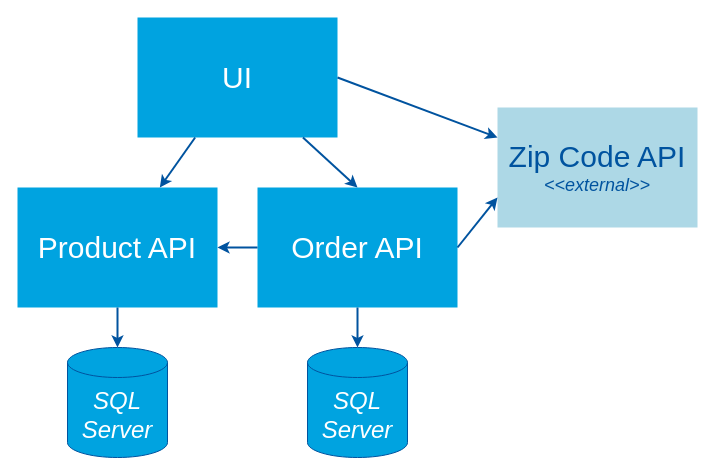
This is page "ui-tests-scope" (2 of 7) of static/images/where-to-position-specflow-in-the-test-pyramid/diagrams.drawio from ronaldbosma/blog, a draw.io file, before an edit. Source tidied: cells renumbered, new cells numbered last; positions are measured from the earlier drawing's top-left corner, leaving out a move shared by most shapes. Both pictures are drawn from the tidied source at 100%, with x=0, y=0 at pixel (17, 17).
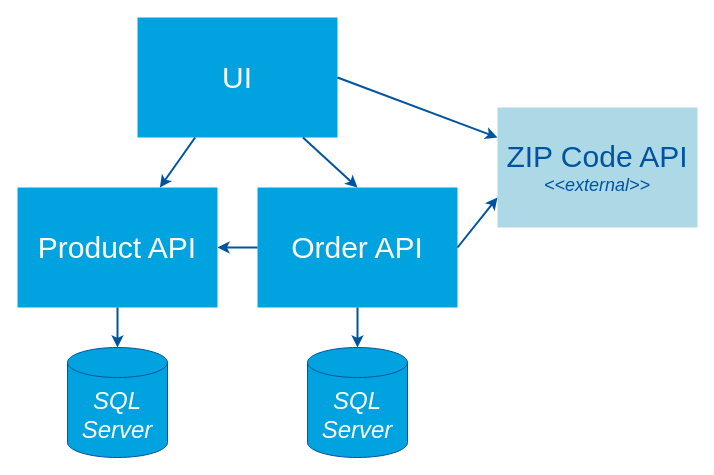
Above is the later version.

Commit message (it also covers changes not shown here):
Rename ZIP Code API

The edit, as a diff of the source:
```diff
@@
 <mxGraphModel>
   <root>
     <mxCell id="0" />
     <mxCell id="1" parent="0" />
     <mxCell id="2" value="&lt;font style=&quot;font-size: 30px;&quot;&gt;UI&lt;/font&gt;" style="rounded=0;whiteSpace=wrap;html=1;fillColor=#00A3E0;strokeColor=none;fontColor=#FFFFFF;" parent="1" vertex="1">
       <mxGeometry x="120" width="200" height="120" as="geometry" />
     </mxCell>
     <mxCell id="3" value="&lt;span style=&quot;font-size: 30px;&quot;&gt;Order API&lt;/span&gt;" style="rounded=0;whiteSpace=wrap;html=1;fillColor=#00A3E0;strokeColor=none;fontColor=#FFFFFF;" parent="1" vertex="1">
       <mxGeometry x="240" y="170" width="200" height="120" as="geometry" />
     </mxCell>
     <mxCell id="4" value="&lt;i style=&quot;font-size: 24px;&quot;&gt;&lt;font style=&quot;font-size: 24px;&quot;&gt;SQL Server&lt;/font&gt;&lt;/i&gt;" style="shape=cylinder3;whiteSpace=wrap;html=1;boundedLbl=1;backgroundOutline=1;size=15;fontSize=24;fontColor=#FFFFFF;fillColor=#00A3E0;strokeColor=#00539F;" parent="1" vertex="1">
       <mxGeometry x="290" y="330" width="100" height="110" as="geometry" />
     </mxCell>
     <mxCell id="5" style="endArrow=classic;html=1;rounded=0;fontSize=20;fontColor=#FFFFFF;entryX=0.5;entryY=0;entryDx=0;entryDy=0;strokeColor=#00539F;strokeWidth=2;" parent="1" edge="1" source="2" target="3">
       <mxGeometry relative="1" as="geometry" />
     </mxCell>
     <mxCell id="6" style="endArrow=classic;html=1;rounded=0;fontSize=20;fontColor=#FFFFFF;entryX=0.5;entryY=0;entryDx=0;entryDy=0;strokeColor=#00539F;strokeWidth=2;exitX=0.5;exitY=1;exitDx=0;exitDy=0;entryPerimeter=0;" parent="1" edge="1" source="3" target="4">
       <mxGeometry relative="1" as="geometry" />
     </mxCell>
-    <mxCell id="7" value="&lt;span style=&quot;font-size: 30px;&quot;&gt;Zip Code API&lt;br&gt;&lt;/span&gt;&lt;i&gt;&lt;font style=&quot;font-size: 18px;&quot;&gt;&amp;lt;&amp;lt;external&amp;gt;&amp;gt;&lt;/font&gt;&lt;/i&gt;" style="rounded=0;whiteSpace=wrap;html=1;fillColor=#ADD8E6;strokeColor=none;fontColor=#00539F;" parent="1" vertex="1">
+    <mxCell id="7" value="&lt;span style=&quot;font-size: 30px;&quot;&gt;ZIP Code API&lt;br&gt;&lt;/span&gt;&lt;i&gt;&lt;font style=&quot;font-size: 18px;&quot;&gt;&amp;lt;&amp;lt;external&amp;gt;&amp;gt;&lt;/font&gt;&lt;/i&gt;" style="rounded=0;whiteSpace=wrap;html=1;fillColor=#ADD8E6;strokeColor=none;fontColor=#00539F;" parent="1" vertex="1">
       <mxGeometry x="480" y="90" width="200" height="120" as="geometry" />
     </mxCell>
     <mxCell id="8" style="endArrow=classic;html=1;rounded=0;fontSize=20;fontColor=#FFFFFF;entryX=0;entryY=0.25;entryDx=0;entryDy=0;strokeColor=#00539F;strokeWidth=2;exitX=1;exitY=0.5;exitDx=0;exitDy=0;" parent="1" edge="1" source="2" target="7">
       <mxGeometry relative="1" as="geometry" />
     </mxCell>
     <mxCell id="9" style="endArrow=classic;html=1;rounded=0;fontSize=20;fontColor=#FFFFFF;entryX=0;entryY=0.75;entryDx=0;entryDy=0;strokeColor=#00539F;strokeWidth=2;exitX=1;exitY=0.5;exitDx=0;exitDy=0;" parent="1" edge="1" source="3" target="7">
       <mxGeometry relative="1" as="geometry" />
     </mxCell>
     <mxCell id="10" value="&lt;span style=&quot;font-size: 30px;&quot;&gt;Product API&lt;/span&gt;" style="rounded=0;whiteSpace=wrap;html=1;fillColor=#00A3E0;strokeColor=none;fontColor=#FFFFFF;" parent="1" vertex="1">
       <mxGeometry y="170" width="200" height="120" as="geometry" />
     </mxCell>
     <mxCell id="11" value="&lt;i style=&quot;font-size: 24px;&quot;&gt;&lt;font style=&quot;font-size: 24px;&quot;&gt;SQL Server&lt;/font&gt;&lt;/i&gt;" style="shape=cylinder3;whiteSpace=wrap;html=1;boundedLbl=1;backgroundOutline=1;size=15;fontSize=24;fontColor=#FFFFFF;fillColor=#00A3E0;strokeColor=#00539F;" parent="1" vertex="1">
       <mxGeometry x="50" y="330" width="100" height="110" as="geometry" />
     </mxCell>
     <mxCell id="12" style="endArrow=classic;html=1;rounded=0;fontSize=20;fontColor=#FFFFFF;strokeColor=#00539F;strokeWidth=2;" parent="1" edge="1" source="10" target="11">
       <mxGeometry relative="1" as="geometry" />
     </mxCell>
     <mxCell id="13" style="endArrow=classic;html=1;rounded=0;fontSize=20;fontColor=#FFFFFF;strokeColor=#00539F;strokeWidth=2;" parent="1" edge="1" source="2" target="10">
       <mxGeometry relative="1" as="geometry" />
     </mxCell>
     <mxCell id="14" style="endArrow=classic;html=1;rounded=0;fontSize=20;fontColor=#FFFFFF;strokeColor=#00539F;strokeWidth=2;" parent="1" edge="1" source="3" target="10">
       <mxGeometry relative="1" as="geometry" />
     </mxCell>
   </root>
 </mxGraphModel>
```
